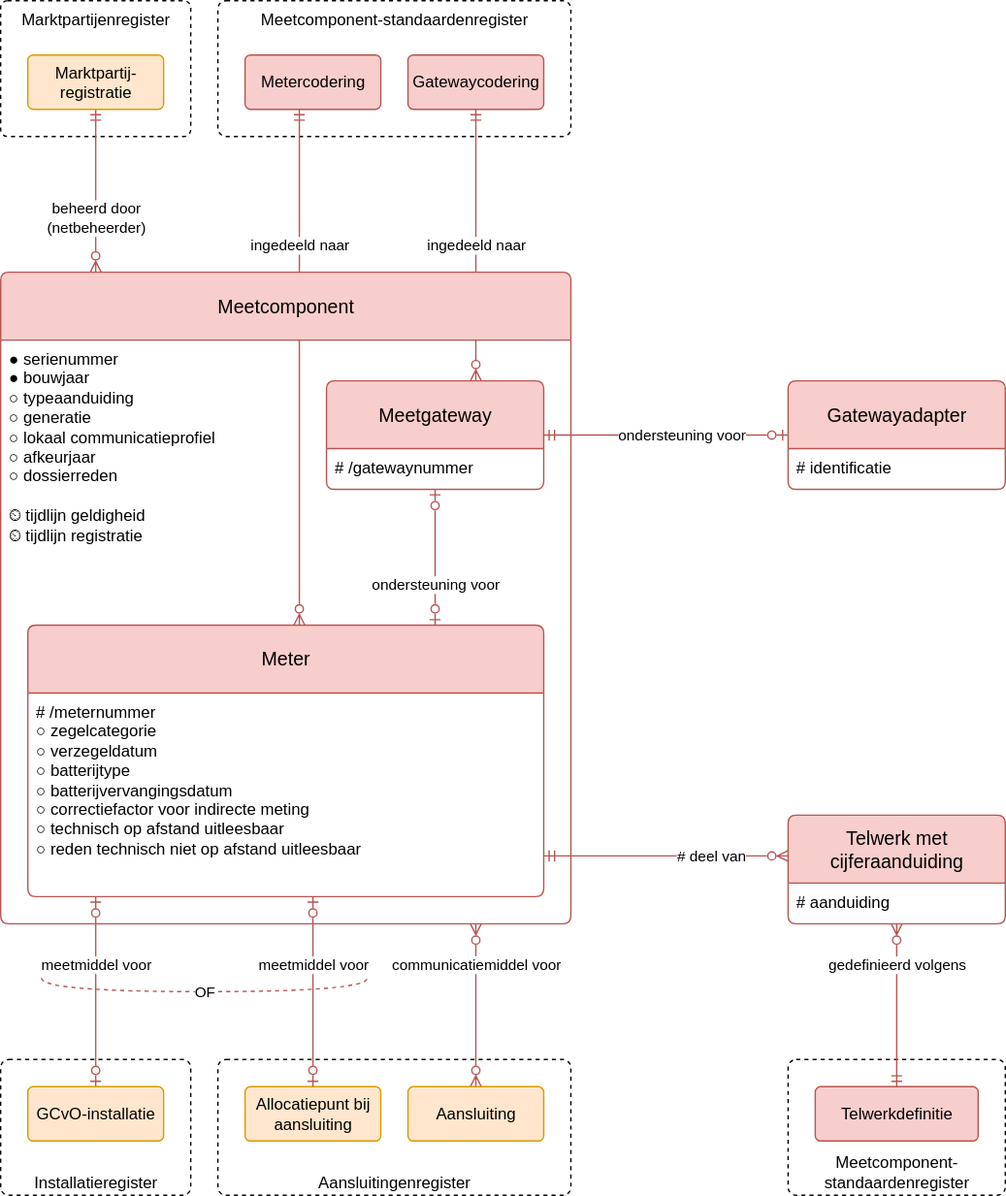
sefanja/nbnl-conceptuele-informatiemodellen keeps this draw.io diagram as modellen/registers/meetcomponentenregister/1.0.0/model.drawio.svg. Above is the earlier version. Source tidied: cells renumbered, new cells last; positions are measured from the earlier drawing's top-left corner, leaving out a move shared by most shapes.
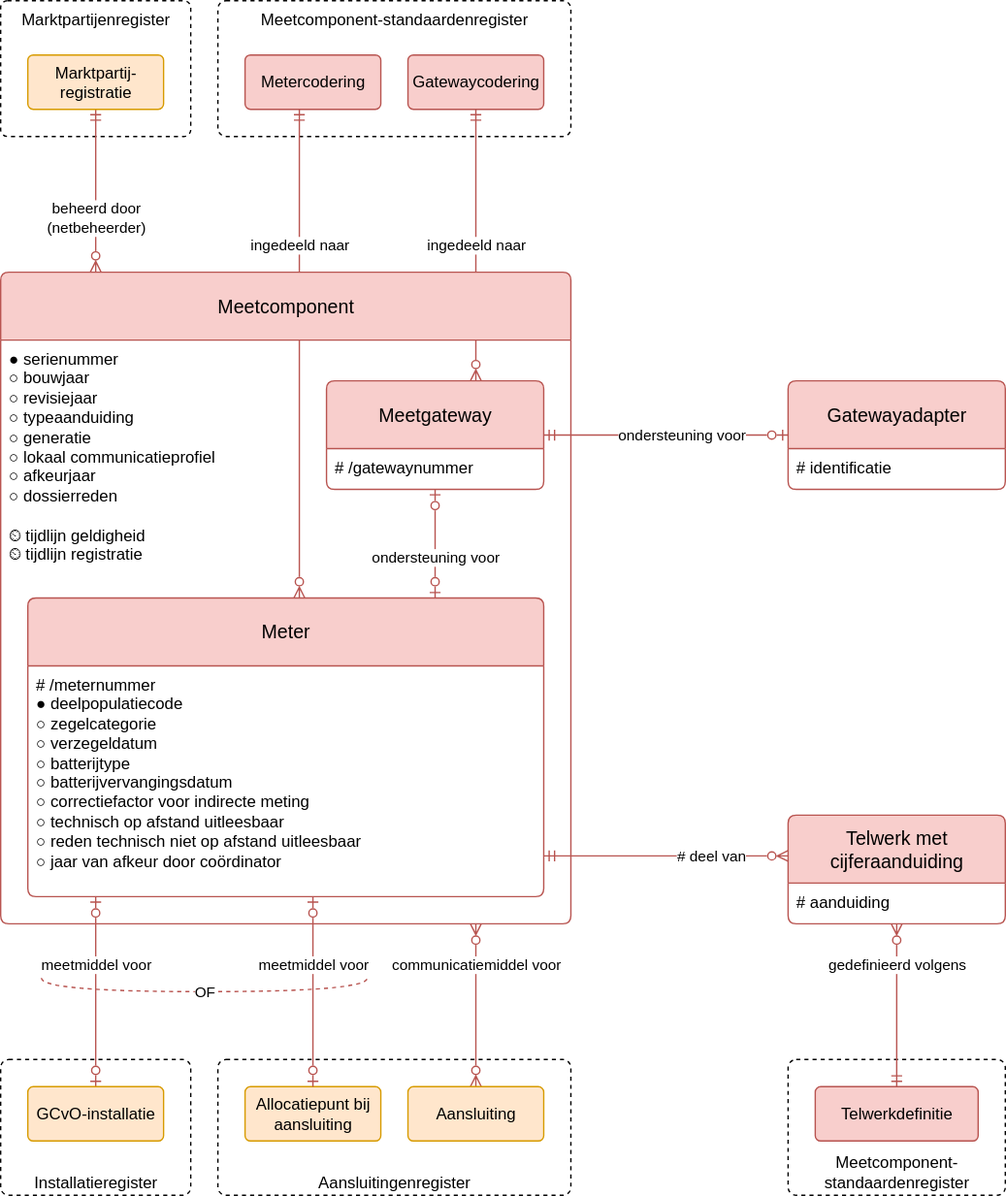
After the commit.

What changed in the source:
```diff
@@ -15,7 +15,7 @@
       <mxGeometry relative="1" as="geometry" />
     </mxCell>
     <mxCell id="6" value="ingedeeld naar" style="edgeStyle=elbowEdgeStyle;fontSize=11;html=1;endArrow=ERmandOne;startArrow=ERzeroToMany;rounded=0;endFill=0;fontStyle=0;align=center;startFill=0;fillColor=#f8cecc;strokeColor=#b85450;" parent="1" edge="1" source="10" target="26">
-      <mxGeometry x="0.47" relative="1" as="geometry">
+      <mxGeometry x="0.44" relative="1" as="geometry">
         <Array as="points">
           <mxPoint x="220" y="270" />
         </Array>
@@ -24,17 +24,17 @@
     <mxCell id="7" value="Meetcomponent" style="swimlane;horizontal=1;startSize=50;rounded=1;fontSize=14;fontStyle=0;strokeWidth=1;shadow=0;dashed=0;align=center;fillColor=#f8cecc;strokeColor=#b85450;arcSize=4;whiteSpace=wrap;html=1;" parent="1" vertex="1">
       <mxGeometry y="200" width="420" height="480" as="geometry" />
     </mxCell>
-    <mxCell id="8" value="●&amp;nbsp;serienummer&lt;br&gt;●&amp;nbsp;bouwjaar&lt;br&gt;&lt;div&gt;&lt;/div&gt;&lt;div&gt;○ typeaanduiding&lt;span style=&quot;background-color: transparent; color: light-dark(rgb(0, 0, 0), rgb(255, 255, 255));&quot;&gt;&lt;/span&gt;&lt;/div&gt;&lt;div&gt;&lt;span style=&quot;background-color: transparent; color: light-dark(rgb(0, 0, 0), rgb(255, 255, 255));&quot;&gt;○ generatie&lt;/span&gt;&lt;/div&gt;&lt;div&gt;&lt;span style=&quot;background-color: transparent; color: light-dark(rgb(0, 0, 0), rgb(255, 255, 255));&quot;&gt;○&amp;nbsp;&lt;/span&gt;&lt;span style=&quot;background-color: transparent; color: light-dark(rgb(0, 0, 0), rgb(255, 255, 255));&quot;&gt;lokaal communicatieprofiel&lt;/span&gt;&lt;/div&gt;&lt;div&gt;○ afkeurjaar&lt;span style=&quot;background-color: transparent; color: light-dark(rgb(0, 0, 0), rgb(255, 255, 255));&quot;&gt;&lt;/span&gt;&lt;/div&gt;&lt;div&gt;○ dossierreden&lt;/div&gt;&lt;div&gt;&lt;br&gt;&lt;/div&gt;&lt;div&gt;&lt;span style=&quot;background-color: transparent;&quot;&gt;⏲ tijdlijn geldigheid&lt;/span&gt;&lt;/div&gt;&lt;div&gt;⏲ tijdlijn registratie&lt;span style=&quot;background-color: transparent;&quot;&gt;&lt;/span&gt;&lt;/div&gt;" style="align=left;strokeColor=none;fillColor=none;spacingLeft=4;fontSize=12;verticalAlign=top;fontStyle=0;html=1;" parent="7" vertex="1">
+    <mxCell id="8" value="●&amp;nbsp;serienummer&lt;br&gt;○&amp;nbsp;bouwjaar&lt;div&gt;○ revisiejaar&lt;br&gt;&lt;div&gt;&lt;/div&gt;&lt;div&gt;○ typeaanduiding&lt;span style=&quot;background-color: transparent; color: light-dark(rgb(0, 0, 0), rgb(255, 255, 255));&quot;&gt;&lt;/span&gt;&lt;/div&gt;&lt;div&gt;&lt;span style=&quot;background-color: transparent; color: light-dark(rgb(0, 0, 0), rgb(255, 255, 255));&quot;&gt;○ generatie&lt;/span&gt;&lt;/div&gt;&lt;div&gt;&lt;span style=&quot;background-color: transparent; color: light-dark(rgb(0, 0, 0), rgb(255, 255, 255));&quot;&gt;○&amp;nbsp;&lt;/span&gt;&lt;span style=&quot;background-color: transparent; color: light-dark(rgb(0, 0, 0), rgb(255, 255, 255));&quot;&gt;lokaal communicatieprofiel&lt;/span&gt;&lt;/div&gt;&lt;div&gt;○ afkeurjaar&lt;span style=&quot;background-color: transparent; color: light-dark(rgb(0, 0, 0), rgb(255, 255, 255));&quot;&gt;&lt;/span&gt;&lt;/div&gt;&lt;div&gt;○ dossierreden&lt;/div&gt;&lt;div&gt;&lt;br&gt;&lt;/div&gt;&lt;div&gt;&lt;span style=&quot;background-color: transparent;&quot;&gt;⏲ tijdlijn geldigheid&lt;/span&gt;&lt;/div&gt;&lt;div&gt;⏲ tijdlijn registratie&lt;span style=&quot;background-color: transparent;&quot;&gt;&lt;/span&gt;&lt;/div&gt;&lt;/div&gt;" style="align=left;strokeColor=none;fillColor=none;spacingLeft=4;fontSize=12;verticalAlign=top;fontStyle=0;html=1;" parent="7" vertex="1">
       <mxGeometry y="50" width="420" height="430" as="geometry" />
     </mxCell>
     <mxCell id="9" value="Aansluitingenregister" style="rounded=1;whiteSpace=wrap;html=1;dashed=1;verticalAlign=bottom;arcSize=6;" parent="1" vertex="1">
       <mxGeometry x="160" y="780" width="260" height="100" as="geometry" />
     </mxCell>
     <mxCell id="10" value="Meter" style="swimlane;horizontal=1;startSize=50;rounded=1;fontSize=14;fontStyle=0;strokeWidth=1;shadow=0;dashed=0;align=center;fillColor=#f8cecc;strokeColor=#b85450;arcSize=4;whiteSpace=wrap;html=1;" parent="1" vertex="1">
-      <mxGeometry x="20" y="460" width="380" height="200" as="geometry" />
+      <mxGeometry x="20" y="440" width="380" height="220" as="geometry" />
     </mxCell>
-    <mxCell id="11" value="&lt;div&gt;# /meternummer&lt;/div&gt;&lt;div&gt;&lt;div&gt;&lt;span style=&quot;background-color: initial; color: light-dark(rgb(0, 0, 0), rgb(255, 255, 255));&quot;&gt;○ zegelcategorie&lt;/span&gt;&lt;/div&gt;&lt;div&gt;○ verzegeldatum&lt;/div&gt;&lt;/div&gt;&lt;div&gt;&lt;span style=&quot;background-color: transparent; color: light-dark(rgb(0, 0, 0), rgb(255, 255, 255));&quot;&gt;○ batterijtype&lt;/span&gt;&lt;/div&gt;&lt;div&gt;&lt;div&gt;○ batterijvervangingsdatum&lt;/div&gt;&lt;/div&gt;&lt;div&gt;&lt;span style=&quot;background-color: transparent; color: light-dark(rgb(0, 0, 0), rgb(255, 255, 255));&quot;&gt;○&amp;nbsp;&lt;/span&gt;&lt;span style=&quot;background-color: transparent; color: light-dark(rgb(0, 0, 0), rgb(255, 255, 255));&quot;&gt;correctiefactor&amp;nbsp;voor indirecte meting&lt;/span&gt;&lt;/div&gt;&lt;div&gt;&lt;div&gt;&lt;div&gt;&lt;span style=&quot;background-color: transparent; color: light-dark(rgb(0, 0, 0), rgb(255, 255, 255));&quot;&gt;○&lt;/span&gt;&lt;span style=&quot;background-color: initial; color: light-dark(rgb(0, 0, 0), rgb(255, 255, 255));&quot;&gt;&amp;nbsp;&lt;/span&gt;&lt;span style=&quot;background-color: initial; color: light-dark(rgb(0, 0, 0), rgb(255, 255, 255));&quot;&gt;technisch op afstand uitleesbaar&lt;/span&gt;&lt;/div&gt;&lt;div&gt;○&amp;nbsp;reden technisch niet op afstand&amp;nbsp;&lt;span style=&quot;background-color: transparent; color: light-dark(rgb(0, 0, 0), rgb(255, 255, 255));&quot;&gt;uitleesbaar&lt;/span&gt;&lt;/div&gt;&lt;/div&gt;&lt;/div&gt;" style="align=left;strokeColor=none;fillColor=none;spacingLeft=4;fontSize=12;verticalAlign=top;fontStyle=0;html=1;" parent="10" vertex="1">
-      <mxGeometry y="50" width="380" height="150" as="geometry" />
+    <mxCell id="11" value="&lt;div&gt;# /meternummer&lt;/div&gt;&lt;div&gt;● deelpopulatiecode&lt;/div&gt;&lt;div&gt;&lt;div&gt;&lt;span style=&quot;background-color: initial; color: light-dark(rgb(0, 0, 0), rgb(255, 255, 255));&quot;&gt;○ zegelcategorie&lt;/span&gt;&lt;/div&gt;&lt;div&gt;○ verzegeldatum&lt;/div&gt;&lt;/div&gt;&lt;div&gt;&lt;span style=&quot;background-color: transparent; color: light-dark(rgb(0, 0, 0), rgb(255, 255, 255));&quot;&gt;○ batterijtype&lt;/span&gt;&lt;/div&gt;&lt;div&gt;&lt;div&gt;○ batterijvervangingsdatum&lt;/div&gt;&lt;/div&gt;&lt;div&gt;&lt;span style=&quot;background-color: transparent; color: light-dark(rgb(0, 0, 0), rgb(255, 255, 255));&quot;&gt;○&amp;nbsp;&lt;/span&gt;&lt;span style=&quot;background-color: transparent; color: light-dark(rgb(0, 0, 0), rgb(255, 255, 255));&quot;&gt;correctiefactor&amp;nbsp;voor indirecte meting&lt;/span&gt;&lt;/div&gt;&lt;div&gt;&lt;div&gt;&lt;div&gt;&lt;span style=&quot;background-color: transparent; color: light-dark(rgb(0, 0, 0), rgb(255, 255, 255));&quot;&gt;○&lt;/span&gt;&lt;span style=&quot;background-color: initial; color: light-dark(rgb(0, 0, 0), rgb(255, 255, 255));&quot;&gt;&amp;nbsp;&lt;/span&gt;&lt;span style=&quot;background-color: initial; color: light-dark(rgb(0, 0, 0), rgb(255, 255, 255));&quot;&gt;technisch op afstand uitleesbaar&lt;/span&gt;&lt;/div&gt;&lt;div&gt;○&amp;nbsp;reden technisch niet op afstand&amp;nbsp;&lt;span style=&quot;background-color: transparent; color: light-dark(rgb(0, 0, 0), rgb(255, 255, 255));&quot;&gt;uitleesbaar&lt;/span&gt;&lt;/div&gt;&lt;/div&gt;&lt;/div&gt;&lt;div&gt;&lt;span style=&quot;background-color: transparent; color: light-dark(rgb(0, 0, 0), rgb(255, 255, 255));&quot;&gt;○&amp;nbsp;&lt;/span&gt;&lt;span style=&quot;background-color: transparent;&quot;&gt;jaar van afkeur door coördinator&lt;/span&gt;&lt;/div&gt;" style="align=left;strokeColor=none;fillColor=none;spacingLeft=4;fontSize=12;verticalAlign=top;fontStyle=0;html=1;" parent="10" vertex="1">
+      <mxGeometry y="50" width="380" height="170" as="geometry" />
     </mxCell>
     <mxCell id="12" value="Installatieregister" style="rounded=1;whiteSpace=wrap;html=1;dashed=1;verticalAlign=bottom;arcSize=6;" parent="1" vertex="1">
       <mxGeometry y="780" width="140" height="100" as="geometry" />
@@ -101,7 +101,7 @@
       <mxGeometry x="-0.67" relative="1" as="geometry" />
     </mxCell>
     <mxCell id="31" value="ondersteuning voor" style="endArrow=ERzeroToOne;html=1;rounded=0;endFill=0;startArrow=ERzeroToOne;startFill=0;fillColor=#f8cecc;strokeColor=#b85450;edgeStyle=elbowEdgeStyle;align=center;" parent="1" edge="1" source="10" target="21">
-      <mxGeometry x="-0.4" relative="1" as="geometry" />
+      <mxGeometry x="-0.25" relative="1" as="geometry" />
     </mxCell>
     <mxCell id="32" value="&lt;div&gt;Telwerk met cijferaanduiding&lt;/div&gt;" style="swimlane;horizontal=1;startSize=50;rounded=1;fontSize=14;fontStyle=0;strokeWidth=1;shadow=0;dashed=0;align=center;fillColor=#f8cecc;strokeColor=#b85450;arcSize=4;whiteSpace=wrap;html=1;" parent="1" vertex="1">
       <mxGeometry x="580" y="600" width="160" height="80" as="geometry" />
```
